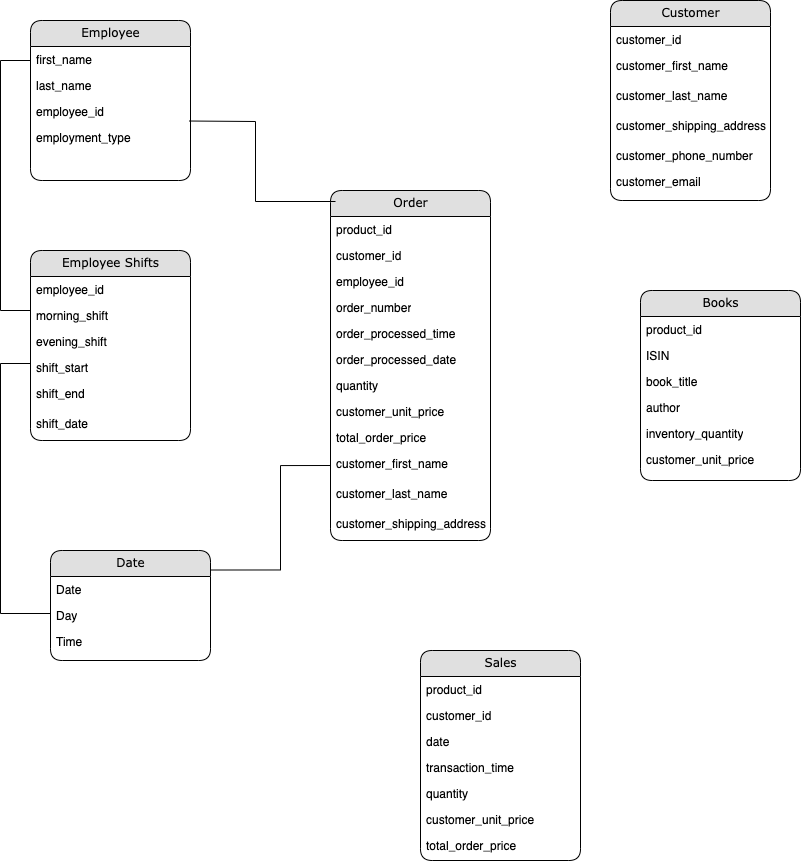
cecily-li/sql keeps this draw.io diagram as 02_assignments/SQL_Assignment_Bookstore.drawio.png. Above is the earlier version. Source tidied: cells renumbered, new cells last; positions are measured from the earlier drawing's top-left corner, leaving out a move shared by most shapes.
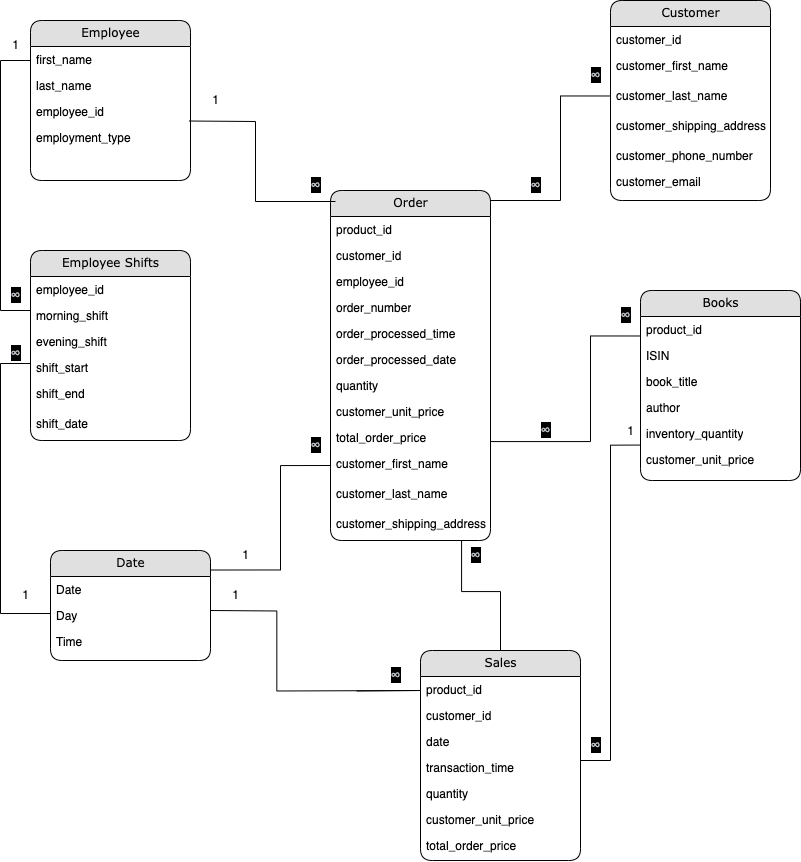
After the change.

The edit, as a diff of the source:
```diff
@@ -195,5 +195,106 @@
         </Array>
       </mxGeometry>
     </mxCell>
+    <mxCell id="57" style="endArrow=none;html=1;rounded=0;exitX=1.023;exitY=0.058;exitDx=0;exitDy=0;exitPerimeter=0;edgeStyle=orthogonalEdgeStyle;entryX=0;entryY=0.5;entryDx=0;entryDy=0;" parent="1" edge="1">
+      <mxGeometry relative="1" as="geometry">
+        <mxPoint x="490" y="200" as="sourcePoint" />
+        <mxPoint x="610" y="95.5" as="targetPoint" />
+        <Array as="points">
+          <mxPoint x="560" y="200.5" />
+          <mxPoint x="560" y="95.5" />
+        </Array>
+      </mxGeometry>
+    </mxCell>
+    <mxCell id="58" style="endArrow=none;html=1;rounded=0;exitX=1;exitY=0.5;exitDx=0;exitDy=0;edgeStyle=orthogonalEdgeStyle;entryX=0;entryY=0.5;entryDx=0;entryDy=0;" parent="1" edge="1" source="11">
+      <mxGeometry relative="1" as="geometry">
+        <mxPoint x="640" y="335.5" as="targetPoint" />
+        <Array as="points">
+          <mxPoint x="490" y="441" />
+          <mxPoint x="590" y="441" />
+          <mxPoint x="590" y="335" />
+        </Array>
+      </mxGeometry>
+    </mxCell>
+    <mxCell id="59" style="endArrow=none;html=1;rounded=0;exitX=1.023;exitY=0.058;exitDx=0;exitDy=0;exitPerimeter=0;" parent="1" edge="1">
+      <mxGeometry relative="1" as="geometry">
+        <mxPoint x="210" y="610" as="sourcePoint" />
+        <mxPoint x="356.3" y="690.5" as="targetPoint" />
+        <Array as="points">
+          <mxPoint x="276.3" y="610.5" />
+          <mxPoint x="276.3" y="690.5" />
+          <mxPoint x="420" y="690" />
+        </Array>
+      </mxGeometry>
+    </mxCell>
+    <mxCell id="60" style="endArrow=none;html=1;rounded=0;edgeStyle=orthogonalEdgeStyle;entryX=0;entryY=0.5;entryDx=0;entryDy=0;" parent="1" edge="1" source="24">
+      <mxGeometry relative="1" as="geometry">
+        <mxPoint x="640" y="444.5" as="targetPoint" />
+        <Array as="points">
+          <mxPoint x="610" y="760" />
+          <mxPoint x="610" y="445" />
+        </Array>
+      </mxGeometry>
+    </mxCell>
+    <mxCell id="61" style="endArrow=none;html=1;rounded=0;edgeStyle=orthogonalEdgeStyle;exitX=0.5;exitY=0;exitDx=0;exitDy=0;" parent="1" edge="1" source="20">
+      <mxGeometry relative="1" as="geometry">
+        <mxPoint x="460" y="540" as="targetPoint" />
+        <Array as="points">
+          <mxPoint x="500" y="591" />
+          <mxPoint x="461" y="591" />
+          <mxPoint x="461" y="540" />
+        </Array>
+      </mxGeometry>
+    </mxCell>
+    <mxCell id="62" value="1" style="text;html=1;align=center;verticalAlign=middle;strokeColor=none;fillColor=none;" parent="1" vertex="1">
+      <mxGeometry y="30" width="30" height="30" as="geometry" />
+    </mxCell>
+    <mxCell id="63" value="&lt;p&gt;&lt;span style=&quot;color: rgb(189, 193, 198); font-family: arial, sans-serif; font-size: 14px; font-style: normal; font-variant-ligatures: normal; font-variant-caps: normal; font-weight: 400; letter-spacing: normal; orphans: 2; text-align: left; text-indent: 0px; text-transform: none; widows: 2; word-spacing: 0px; -webkit-text-stroke-width: 0px; white-space: normal; text-decoration-thickness: initial; text-decoration-style: initial; text-decoration-color: initial; float: none; display: inline !important; background-color: rgb(0, 0, 0);&quot;&gt;∞&lt;/span&gt;&lt;/p&gt;" style="text;html=1;align=center;verticalAlign=middle;strokeColor=none;fillColor=none;" parent="1" vertex="1">
+      <mxGeometry y="270" width="30" height="50" as="geometry" />
+    </mxCell>
+    <mxCell id="64" value="1" style="text;html=1;align=center;verticalAlign=middle;strokeColor=none;fillColor=none;" parent="1" vertex="1">
+      <mxGeometry x="10" y="580" width="30" height="30" as="geometry" />
+    </mxCell>
+    <mxCell id="65" value="&lt;p&gt;&lt;span style=&quot;color: rgb(189, 193, 198); font-family: arial, sans-serif; font-size: 14px; font-style: normal; font-variant-ligatures: normal; font-variant-caps: normal; font-weight: 400; letter-spacing: normal; orphans: 2; text-align: left; text-indent: 0px; text-transform: none; widows: 2; word-spacing: 0px; -webkit-text-stroke-width: 0px; white-space: normal; text-decoration-thickness: initial; text-decoration-style: initial; text-decoration-color: initial; float: none; display: inline !important; background-color: rgb(0, 0, 0);&quot;&gt;∞&lt;/span&gt;&lt;/p&gt;" style="text;html=1;align=center;verticalAlign=middle;strokeColor=none;fillColor=none;" parent="1" vertex="1">
+      <mxGeometry y="328" width="30" height="50" as="geometry" />
+    </mxCell>
+    <mxCell id="66" value="&lt;p&gt;&lt;span style=&quot;color: rgb(189, 193, 198); font-family: arial, sans-serif; font-size: 14px; font-style: normal; font-variant-ligatures: normal; font-variant-caps: normal; font-weight: 400; letter-spacing: normal; orphans: 2; text-align: left; text-indent: 0px; text-transform: none; widows: 2; word-spacing: 0px; -webkit-text-stroke-width: 0px; white-space: normal; text-decoration-thickness: initial; text-decoration-style: initial; text-decoration-color: initial; float: none; display: inline !important; background-color: rgb(0, 0, 0);&quot;&gt;∞&lt;/span&gt;&lt;/p&gt;" style="text;html=1;align=center;verticalAlign=middle;strokeColor=none;fillColor=none;" parent="1" vertex="1">
+      <mxGeometry x="300" y="420" width="30" height="50" as="geometry" />
+    </mxCell>
+    <mxCell id="67" value="&lt;p&gt;&lt;span style=&quot;color: rgb(189, 193, 198); font-family: arial, sans-serif; font-size: 14px; font-style: normal; font-variant-ligatures: normal; font-variant-caps: normal; font-weight: 400; letter-spacing: normal; orphans: 2; text-align: left; text-indent: 0px; text-transform: none; widows: 2; word-spacing: 0px; -webkit-text-stroke-width: 0px; white-space: normal; text-decoration-thickness: initial; text-decoration-style: initial; text-decoration-color: initial; float: none; display: inline !important; background-color: rgb(0, 0, 0);&quot;&gt;∞&lt;/span&gt;&lt;/p&gt;" style="text;html=1;align=center;verticalAlign=middle;strokeColor=none;fillColor=none;" parent="1" vertex="1">
+      <mxGeometry x="380" y="650" width="30" height="50" as="geometry" />
+    </mxCell>
+    <mxCell id="68" value="&lt;p&gt;&lt;span style=&quot;color: rgb(189, 193, 198); font-family: arial, sans-serif; font-size: 14px; font-style: normal; font-variant-ligatures: normal; font-variant-caps: normal; font-weight: 400; letter-spacing: normal; orphans: 2; text-align: left; text-indent: 0px; text-transform: none; widows: 2; word-spacing: 0px; -webkit-text-stroke-width: 0px; white-space: normal; text-decoration-thickness: initial; text-decoration-style: initial; text-decoration-color: initial; float: none; display: inline !important; background-color: rgb(0, 0, 0);&quot;&gt;∞&lt;/span&gt;&lt;/p&gt;" style="text;html=1;align=center;verticalAlign=middle;strokeColor=none;fillColor=none;" parent="1" vertex="1">
+      <mxGeometry x="300" y="160" width="30" height="50" as="geometry" />
+    </mxCell>
+    <mxCell id="69" value="&lt;p&gt;&lt;span style=&quot;color: rgb(189, 193, 198); font-family: arial, sans-serif; font-size: 14px; font-style: normal; font-variant-ligatures: normal; font-variant-caps: normal; font-weight: 400; letter-spacing: normal; orphans: 2; text-align: left; text-indent: 0px; text-transform: none; widows: 2; word-spacing: 0px; -webkit-text-stroke-width: 0px; white-space: normal; text-decoration-thickness: initial; text-decoration-style: initial; text-decoration-color: initial; float: none; display: inline !important; background-color: rgb(0, 0, 0);&quot;&gt;∞&lt;/span&gt;&lt;/p&gt;" style="text;html=1;align=center;verticalAlign=middle;strokeColor=none;fillColor=none;" parent="1" vertex="1">
+      <mxGeometry x="520" y="160" width="30" height="50" as="geometry" />
+    </mxCell>
+    <mxCell id="70" value="&lt;p&gt;&lt;span style=&quot;color: rgb(189, 193, 198); font-family: arial, sans-serif; font-size: 14px; font-style: normal; font-variant-ligatures: normal; font-variant-caps: normal; font-weight: 400; letter-spacing: normal; orphans: 2; text-align: left; text-indent: 0px; text-transform: none; widows: 2; word-spacing: 0px; -webkit-text-stroke-width: 0px; white-space: normal; text-decoration-thickness: initial; text-decoration-style: initial; text-decoration-color: initial; float: none; display: inline !important; background-color: rgb(0, 0, 0);&quot;&gt;∞&lt;/span&gt;&lt;/p&gt;" style="text;html=1;align=center;verticalAlign=middle;strokeColor=none;fillColor=none;" parent="1" vertex="1">
+      <mxGeometry x="530" y="405" width="30" height="50" as="geometry" />
+    </mxCell>
+    <mxCell id="71" value="&lt;p&gt;&lt;span style=&quot;color: rgb(189, 193, 198); font-family: arial, sans-serif; font-size: 14px; font-style: normal; font-variant-ligatures: normal; font-variant-caps: normal; font-weight: 400; letter-spacing: normal; orphans: 2; text-align: left; text-indent: 0px; text-transform: none; widows: 2; word-spacing: 0px; -webkit-text-stroke-width: 0px; white-space: normal; text-decoration-thickness: initial; text-decoration-style: initial; text-decoration-color: initial; float: none; display: inline !important; background-color: rgb(0, 0, 0);&quot;&gt;∞&lt;/span&gt;&lt;/p&gt;" style="text;html=1;align=center;verticalAlign=middle;strokeColor=none;fillColor=none;" parent="1" vertex="1">
+      <mxGeometry x="460" y="530" width="30" height="50" as="geometry" />
+    </mxCell>
+    <mxCell id="72" value="&lt;p&gt;&lt;span style=&quot;color: rgb(189, 193, 198); font-family: arial, sans-serif; font-size: 14px; font-style: normal; font-variant-ligatures: normal; font-variant-caps: normal; font-weight: 400; letter-spacing: normal; orphans: 2; text-align: left; text-indent: 0px; text-transform: none; widows: 2; word-spacing: 0px; -webkit-text-stroke-width: 0px; white-space: normal; text-decoration-thickness: initial; text-decoration-style: initial; text-decoration-color: initial; float: none; display: inline !important; background-color: rgb(0, 0, 0);&quot;&gt;∞&lt;/span&gt;&lt;/p&gt;" style="text;html=1;align=center;verticalAlign=middle;strokeColor=none;fillColor=none;" parent="1" vertex="1">
+      <mxGeometry x="580" y="720" width="30" height="50" as="geometry" />
+    </mxCell>
+    <mxCell id="73" value="&lt;p&gt;&lt;span style=&quot;color: rgb(189, 193, 198); font-family: arial, sans-serif; font-size: 14px; font-style: normal; font-variant-ligatures: normal; font-variant-caps: normal; font-weight: 400; letter-spacing: normal; orphans: 2; text-align: left; text-indent: 0px; text-transform: none; widows: 2; word-spacing: 0px; -webkit-text-stroke-width: 0px; white-space: normal; text-decoration-thickness: initial; text-decoration-style: initial; text-decoration-color: initial; float: none; display: inline !important; background-color: rgb(0, 0, 0);&quot;&gt;∞&lt;/span&gt;&lt;/p&gt;" style="text;html=1;align=center;verticalAlign=middle;strokeColor=none;fillColor=none;" parent="1" vertex="1">
+      <mxGeometry x="580" y="50" width="30" height="50" as="geometry" />
+    </mxCell>
+    <mxCell id="74" value="&lt;p&gt;&lt;span style=&quot;color: rgb(189, 193, 198); font-family: arial, sans-serif; font-size: 14px; font-style: normal; font-variant-ligatures: normal; font-variant-caps: normal; font-weight: 400; letter-spacing: normal; orphans: 2; text-align: left; text-indent: 0px; text-transform: none; widows: 2; word-spacing: 0px; -webkit-text-stroke-width: 0px; white-space: normal; text-decoration-thickness: initial; text-decoration-style: initial; text-decoration-color: initial; float: none; display: inline !important; background-color: rgb(0, 0, 0);&quot;&gt;∞&lt;/span&gt;&lt;/p&gt;" style="text;html=1;align=center;verticalAlign=middle;strokeColor=none;fillColor=none;" parent="1" vertex="1">
+      <mxGeometry x="610" y="290" width="30" height="50" as="geometry" />
+    </mxCell>
+    <mxCell id="75" value="1" style="text;html=1;align=center;verticalAlign=middle;strokeColor=none;fillColor=none;" parent="1" vertex="1">
+      <mxGeometry x="230" y="540" width="30" height="30" as="geometry" />
+    </mxCell>
+    <mxCell id="76" value="1" style="text;html=1;align=center;verticalAlign=middle;strokeColor=none;fillColor=none;" parent="1" vertex="1">
+      <mxGeometry x="220" y="580" width="30" height="30" as="geometry" />
+    </mxCell>
+    <mxCell id="77" value="1" style="text;html=1;align=center;verticalAlign=middle;strokeColor=none;fillColor=none;" parent="1" vertex="1">
+      <mxGeometry x="200" y="85" width="30" height="30" as="geometry" />
+    </mxCell>
+    <mxCell id="78" value="1" style="text;html=1;align=center;verticalAlign=middle;strokeColor=none;fillColor=none;" parent="1" vertex="1">
+      <mxGeometry x="615" y="416" width="30" height="30" as="geometry" />
+    </mxCell>
   </root>
 </mxGraphModel>
```
